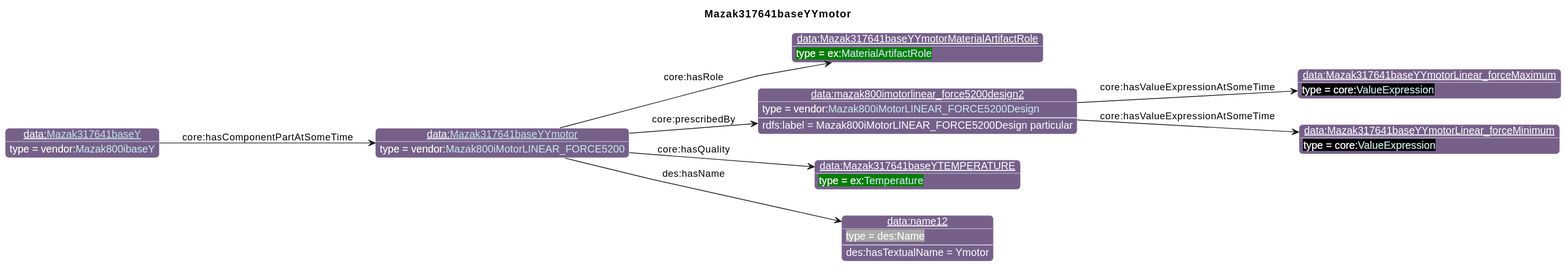
iofoundry/example-syseng-mtconnect keeps this PlantUML diagram as diagrams/Mazak317641baseYYmotor.svg. Above is the earlier version.
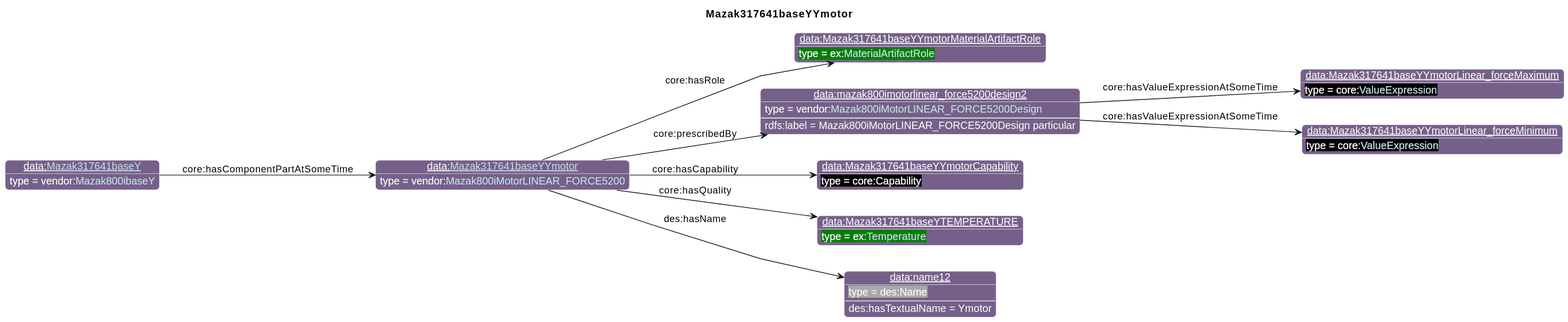
The same file after the commit.

What changed in the source:
```diff
@@ -30,16 +30,18 @@
 individual(o2, data:mazak800imotorlinear_force5200design2, vendor:[[../Mazak.html#Mazak800iMotorLINEAR_FORCE5200Design Mazak800iMotorLINEAR_FORCE5200Design]])
 individual(o3, data:Mazak317641baseYYmotorLinear_forceMaximum, core:[[https://spec.industrialontologies.org/ontology/core/Core/ValueExpression ValueExpression]])
 individual(o4, data:Mazak317641baseYYmotorLinear_forceMinimum, core:[[https://spec.industrialontologies.org/ontology/core/Core/ValueExpression ValueExpression]])
-individual(o5, data:Mazak317641baseYTEMPERATURE, ex:[[../Example.html#Temperature Temperature]])
-individual(o6, data:name12, des:Name)
-individual(o7, data:[[./Mazak317641baseY.html Mazak317641baseY]], vendor:[[../Mazak.html#Mazak800ibaseY Mazak800ibaseY]])
+individual(o5, data:Mazak317641baseYYmotorCapability, core:Capability)
+individual(o6, data:Mazak317641baseYTEMPERATURE, ex:[[../Example.html#Temperature Temperature]])
+individual(o7, data:name12, des:Name)
+individual(o8, data:[[./Mazak317641baseY.html Mazak317641baseY]], vendor:[[../Mazak.html#Mazak800ibaseY Mazak800ibaseY]])
 property(o0, "core:hasRole", o1)
 property(o0, "core:prescribedBy", o2)
 data(o2, "rdfs:label", "Mazak800iMotorLINEAR_FORCE5200Design particular")
 property(o2, "core:hasValueExpressionAtSomeTime", o3)
 property(o2, "core:hasValueExpressionAtSomeTime", o4)
-property(o0, "core:hasQuality", o5)
-property(o0, "des:hasName", o6)
-data(o6, "des:hasTextualName", "Ymotor")
-property(o7, "core:hasComponentPartAtSomeTime", o0)
+property(o0, "core:hasCapability", o5)
+property(o0, "core:hasQuality", o6)
+property(o0, "des:hasName", o7)
+data(o7, "des:hasTextualName", "Ymotor")
+property(o8, "core:hasComponentPartAtSomeTime", o0)
 @enduml
```
